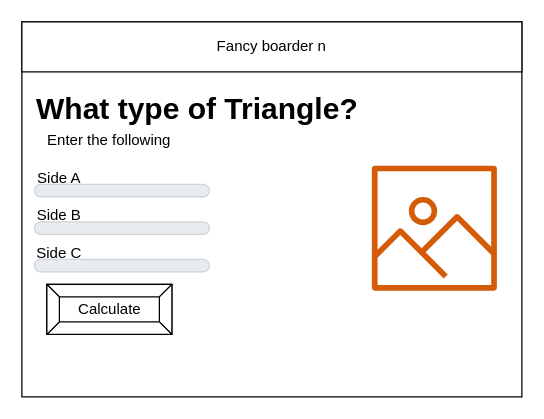
ashley-monaghan/ICS2Or-Unit-5-05 keeps this draw.io diagram as page "Page-1" (1 of 4) of design/story-board.drawio. Above is the earlier version. Source tidied: cells renumbered, new cells numbered last; positions are measured from the earlier drawing's top-left corner, leaving out a move shared by most shapes. Both pictures are drawn from the tidied source at 125%, with x=0, y=0 at pixel (21, 21).
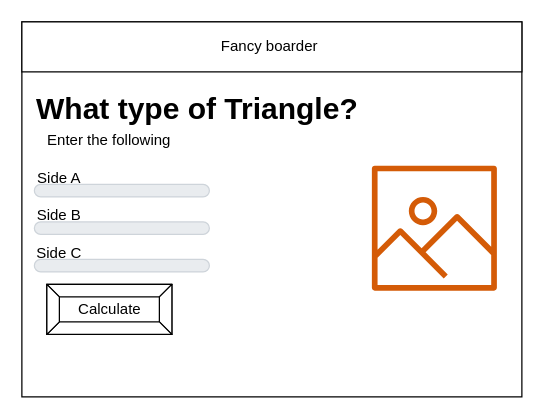
The same page after the edit.

The edit, as a diff of the source:
```diff
@@
 <mxGraphModel>
   <root>
     <mxCell id="0" />
     <mxCell id="1" parent="0" />
     <mxCell id="2" style="rounded=0;whiteSpace=wrap;html=1;" parent="1" vertex="1">
       <mxGeometry width="400" height="300" as="geometry" />
     </mxCell>
-    <mxCell id="3" value="Fancy boarder n" style="rounded=0;whiteSpace=wrap;html=1;" parent="1" vertex="1">
+    <mxCell id="3" value="Fancy boarder&amp;nbsp;" style="rounded=0;whiteSpace=wrap;html=1;" parent="1" vertex="1">
       <mxGeometry width="400" height="40" as="geometry" />
     </mxCell>
     <mxCell id="4" value="Calculate" style="labelPosition=center;verticalLabelPosition=middle;align=center;html=1;shape=mxgraph.basic.button;dx=10;" parent="1" vertex="1">
       <mxGeometry x="20" y="210" width="100" height="40" as="geometry" />
     </mxCell>
     <mxCell id="5" value="Enter the following" style="text;html=1;strokeColor=none;fillColor=none;align=center;verticalAlign=middle;whiteSpace=wrap;rounded=0;" parent="1" vertex="1">
       <mxGeometry x="10" y="80" width="120" height="30" as="geometry" />
     </mxCell>
     <mxCell id="6" value="What type of Triangle?" style="text;strokeColor=none;fillColor=none;html=1;fontSize=24;fontStyle=1;verticalAlign=middle;align=center;" parent="1" vertex="1">
       <mxGeometry x="90" y="50" width="100" height="40" as="geometry" />
     </mxCell>
     <mxCell id="7" style="html=1;shadow=0;dashed=0;shape=mxgraph.bootstrap.rrect;rSize=5;strokeColor=#CED4DA;strokeWidth=1;fillColor=#E9ECEF;fontColor=#505050;whiteSpace=wrap;align=left;verticalAlign=middle;spacingLeft=10;fontSize=14;" parent="1" vertex="1">
       <mxGeometry x="10" y="130" width="140" height="10" as="geometry" />
     </mxCell>
     <mxCell id="8" style="html=1;shadow=0;dashed=0;shape=mxgraph.bootstrap.rrect;rSize=5;strokeColor=#CED4DA;strokeWidth=1;fillColor=#E9ECEF;fontColor=#505050;whiteSpace=wrap;align=left;verticalAlign=middle;spacingLeft=10;fontSize=14;" parent="1" vertex="1">
       <mxGeometry x="10" y="160" width="140" height="10" as="geometry" />
     </mxCell>
     <mxCell id="9" style="html=1;shadow=0;dashed=0;shape=mxgraph.bootstrap.rrect;rSize=5;strokeColor=#CED4DA;strokeWidth=1;fillColor=#E9ECEF;fontColor=#505050;whiteSpace=wrap;align=left;verticalAlign=middle;spacingLeft=10;fontSize=14;" parent="1" vertex="1">
       <mxGeometry x="10" y="190" width="140" height="10" as="geometry" />
     </mxCell>
     <mxCell id="10" value="Side A" style="text;html=1;strokeColor=none;fillColor=none;align=center;verticalAlign=middle;whiteSpace=wrap;rounded=0;" parent="1" vertex="1">
       <mxGeometry y="110" width="60" height="30" as="geometry" />
     </mxCell>
     <mxCell id="11" value="Side C" style="text;html=1;strokeColor=none;fillColor=none;align=center;verticalAlign=middle;whiteSpace=wrap;rounded=0;" parent="1" vertex="1">
       <mxGeometry y="170" width="60" height="30" as="geometry" />
     </mxCell>
     <mxCell id="12" value="Side B" style="text;html=1;strokeColor=none;fillColor=none;align=center;verticalAlign=middle;whiteSpace=wrap;rounded=0;" parent="1" vertex="1">
       <mxGeometry y="140" width="60" height="30" as="geometry" />
     </mxCell>
     <mxCell id="13" style="sketch=0;fontColor=#232F3E;gradientColor=none;fillColor=#D45B07;strokeColor=none;dashed=0;verticalLabelPosition=bottom;verticalAlign=top;align=center;html=1;fontSize=12;fontStyle=0;shape=mxgraph.aws4.container_registry_image;" parent="1" vertex="1">
       <mxGeometry x="280" y="115" width="100" height="100" as="geometry" />
     </mxCell>
   </root>
 </mxGraphModel>
```
